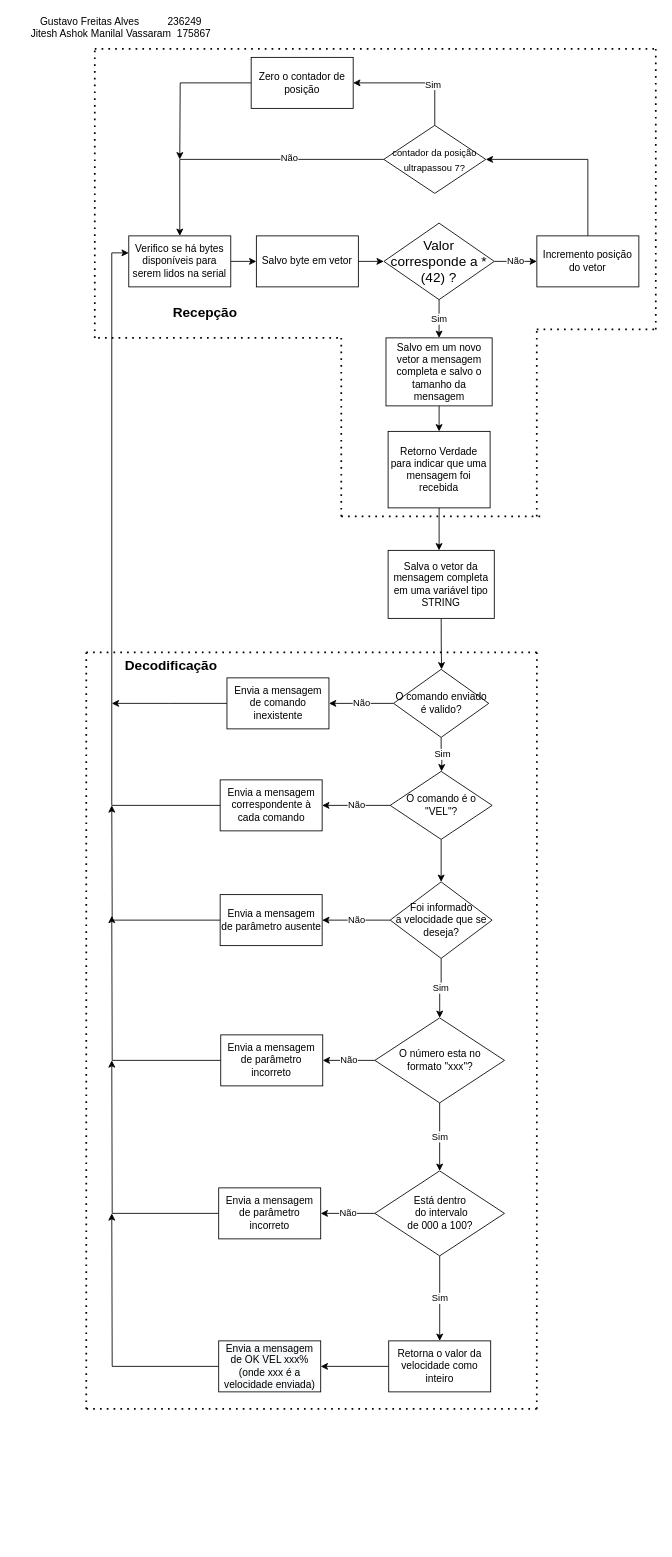
Earlier version of the draw.io diagram Projeto 2/EA076_Fluxograma_1.drawio (GustavoFA/EA076_2022_1S). Source tidied: cells renumbered, new cells numbered last; positions are measured from the earlier drawing's top-left corner, leaving out a move shared by most shapes. Both pictures are drawn from the tidied source at 85%, with x=0, y=0 at pixel (14, 14).
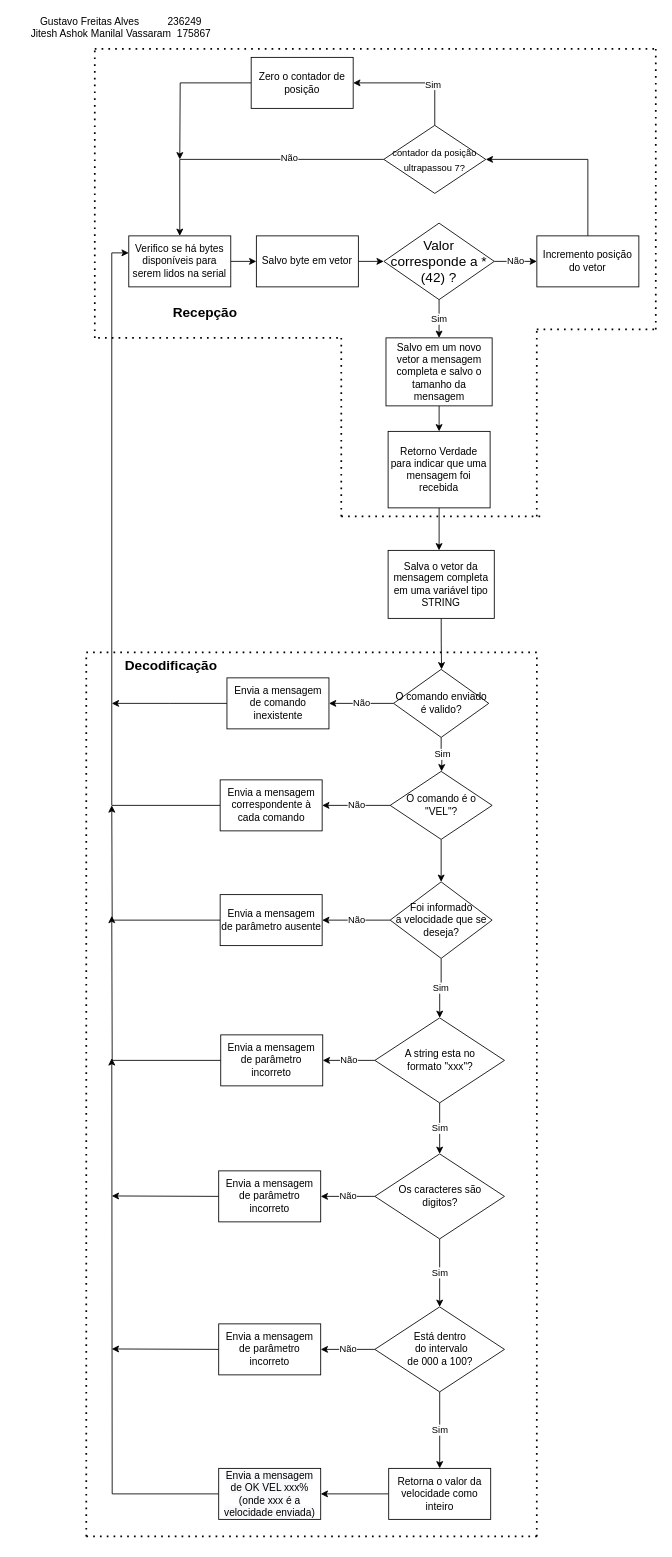
The same page after the edit.

What changed in the source:
```diff
@@
-    <mxCell id="44" value="Sim" style="edgeStyle=orthogonalEdgeStyle;rounded=0;jettySize=auto;html=1;" parent="1" edge="1" source="45" target="50">
-      <mxGeometry relative="1" as="geometry" />
-    </mxCell>
+    <mxCell id="68" value="Sim" style="edgeStyle=orthogonalEdgeStyle;rounded=0;jettySize=auto;html=1;exitX=0.5;exitY=1;exitDx=0;exitDy=0;entryX=0.5;entryY=0;entryDx=0;entryDy=0;" parent="1" edge="1" source="45" target="73">
+      <mxGeometry relative="1" as="geometry" />
+    </mxCell>
-    <mxCell id="45" value="O número esta no &lt;br&gt;formato &quot;xxx&quot;?" style="rhombus;whiteSpace=wrap;html=1;" parent="1" vertex="1">
+    <mxCell id="45" value="A string esta no &lt;br&gt;formato &quot;xxx&quot;?" style="rhombus;whiteSpace=wrap;html=1;" parent="1" vertex="1">
       <mxGeometry x="423.5" y="1180" width="152.5" height="100" as="geometry" />
     </mxCell>
@@
     <mxCell id="50" value="Está dentro&lt;br&gt;&amp;nbsp;do intervalo &lt;br&gt;de 000 a 100?" style="rhombus;whiteSpace=wrap;html=1;" parent="1" vertex="1">
-      <mxGeometry x="423.5" y="1360" width="152.5" height="100" as="geometry" />
+      <mxGeometry x="423.5" y="1520" width="152.5" height="100" as="geometry" />
     </mxCell>
-    <mxCell id="51" style="edgeStyle=orthogonalEdgeStyle;rounded=0;jettySize=auto;html=1;exitX=0;exitY=0.5;exitDx=0;exitDy=0;" parent="1" edge="1" source="52">
-      <mxGeometry relative="1" as="geometry">
-        <mxPoint x="114" y="1230" as="targetPoint" />
-      </mxGeometry>
-    </mxCell>
+    <mxCell id="69" style="edgeStyle=orthogonalEdgeStyle;rounded=0;jettySize=auto;html=1;exitX=0;exitY=0.5;exitDx=0;exitDy=0;" parent="1" edge="1" source="52">
+      <mxGeometry relative="1" as="geometry">
+        <mxPoint x="114" y="1569.5" as="targetPoint" />
+      </mxGeometry>
+    </mxCell>
     <mxCell id="52" value="Envia a mensagem de parâmetro incorreto" style="whiteSpace=wrap;html=1;" parent="1" vertex="1">
-      <mxGeometry x="239.8" y="1380" width="120" height="60" as="geometry" />
+      <mxGeometry x="239.8" y="1540" width="120" height="60" as="geometry" />
     </mxCell>
@@
     <mxCell id="54" value="Retorna o valor da velocidade como inteiro" style="whiteSpace=wrap;html=1;" parent="1" vertex="1">
-      <mxGeometry x="439.8" y="1560" width="120" height="60" as="geometry" />
+      <mxGeometry x="439.8" y="1710" width="120" height="60" as="geometry" />
     </mxCell>
-    <mxCell id="55" style="edgeStyle=orthogonalEdgeStyle;rounded=0;jettySize=auto;html=1;exitX=0;exitY=0.5;exitDx=0;exitDy=0;" parent="1" edge="1" source="56">
-      <mxGeometry relative="1" as="geometry">
-        <mxPoint x="114" y="1410" as="targetPoint" />
-      </mxGeometry>
-    </mxCell>
+    <mxCell id="70" style="edgeStyle=orthogonalEdgeStyle;rounded=0;jettySize=auto;html=1;exitX=0;exitY=0.5;exitDx=0;exitDy=0;" parent="1" edge="1" source="56">
+      <mxGeometry relative="1" as="geometry">
+        <mxPoint x="114" y="1227.5" as="targetPoint" />
+      </mxGeometry>
+    </mxCell>
     <mxCell id="56" value="&#10;&#10;&lt;span style=&quot;color: rgb(0, 0, 0); font-family: helvetica; font-size: 12px; font-style: normal; font-weight: 400; letter-spacing: normal; text-align: center; text-indent: 0px; text-transform: none; word-spacing: 0px; background-color: rgb(248, 249, 250); display: inline; float: none;&quot;&gt;Envia a mensagem de OK VEL xxx% (onde xxx é a velocidade enviada)&lt;/span&gt;&#10;&#10;" style="whiteSpace=wrap;html=1;" parent="1" vertex="1">
-      <mxGeometry x="239.8" y="1560" width="120" height="60" as="geometry" />
+      <mxGeometry x="239.8" y="1710" width="120" height="60" as="geometry" />
     </mxCell>
@@
     <mxCell id="58" style="endArrow=none;dashed=1;html=1;dashPattern=1 3;strokeWidth=2;rounded=0;" parent="1" edge="1">
       <mxGeometry relative="1" as="geometry">
-        <mxPoint x="614" y="1640" as="sourcePoint" />
+        <mxPoint x="614" y="1790" as="sourcePoint" />
         <mxPoint x="614.1" y="750" as="targetPoint" />
       </mxGeometry>
     </mxCell>
     <mxCell id="59" style="endArrow=none;dashed=1;html=1;dashPattern=1 3;strokeWidth=2;rounded=0;" parent="1" edge="1">
       <mxGeometry relative="1" as="geometry">
-        <mxPoint x="84" y="1640" as="sourcePoint" />
+        <mxPoint x="84" y="1790" as="sourcePoint" />
         <mxPoint x="84" y="750" as="targetPoint" />
       </mxGeometry>
     </mxCell>
     <mxCell id="60" style="endArrow=none;dashed=1;html=1;dashPattern=1 3;strokeWidth=2;rounded=0;" parent="1" edge="1">
       <mxGeometry relative="1" as="geometry">
-        <mxPoint x="84.1" y="1640" as="sourcePoint" />
-        <mxPoint x="614.1" y="1640" as="targetPoint" />
+        <mxPoint x="84.1" y="1790" as="sourcePoint" />
+        <mxPoint x="614.1" y="1790" as="targetPoint" />
       </mxGeometry>
     </mxCell>
@@
+    <mxCell id="71" value="Não" style="edgeStyle=orthogonalEdgeStyle;rounded=0;jettySize=auto;html=1;" parent="1" edge="1" source="73" target="75">
+      <mxGeometry relative="1" as="geometry" />
+    </mxCell>
+    <mxCell id="72" value="Sim" style="edgeStyle=orthogonalEdgeStyle;rounded=0;jettySize=auto;html=1;exitX=0.5;exitY=1;exitDx=0;exitDy=0;entryX=0.5;entryY=0;entryDx=0;entryDy=0;" parent="1" edge="1" source="73" target="50">
+      <mxGeometry relative="1" as="geometry" />
+    </mxCell>
+    <mxCell id="73" value="Os caracteres são &lt;br&gt;digitos?" style="rhombus;whiteSpace=wrap;html=1;" parent="1" vertex="1">
+      <mxGeometry x="423.5" y="1340" width="152.5" height="100" as="geometry" />
+    </mxCell>
+    <mxCell id="74" style="edgeStyle=orthogonalEdgeStyle;rounded=0;jettySize=auto;html=1;exitX=0;exitY=0.5;exitDx=0;exitDy=0;" parent="1" edge="1" source="75">
+      <mxGeometry relative="1" as="geometry">
+        <mxPoint x="114" y="1389.5" as="targetPoint" />
+      </mxGeometry>
+    </mxCell>
+    <mxCell id="75" value="Envia a mensagem de parâmetro incorreto" style="whiteSpace=wrap;html=1;" parent="1" vertex="1">
+      <mxGeometry x="239.8" y="1360" width="120" height="60" as="geometry" />
+    </mxCell>
```
